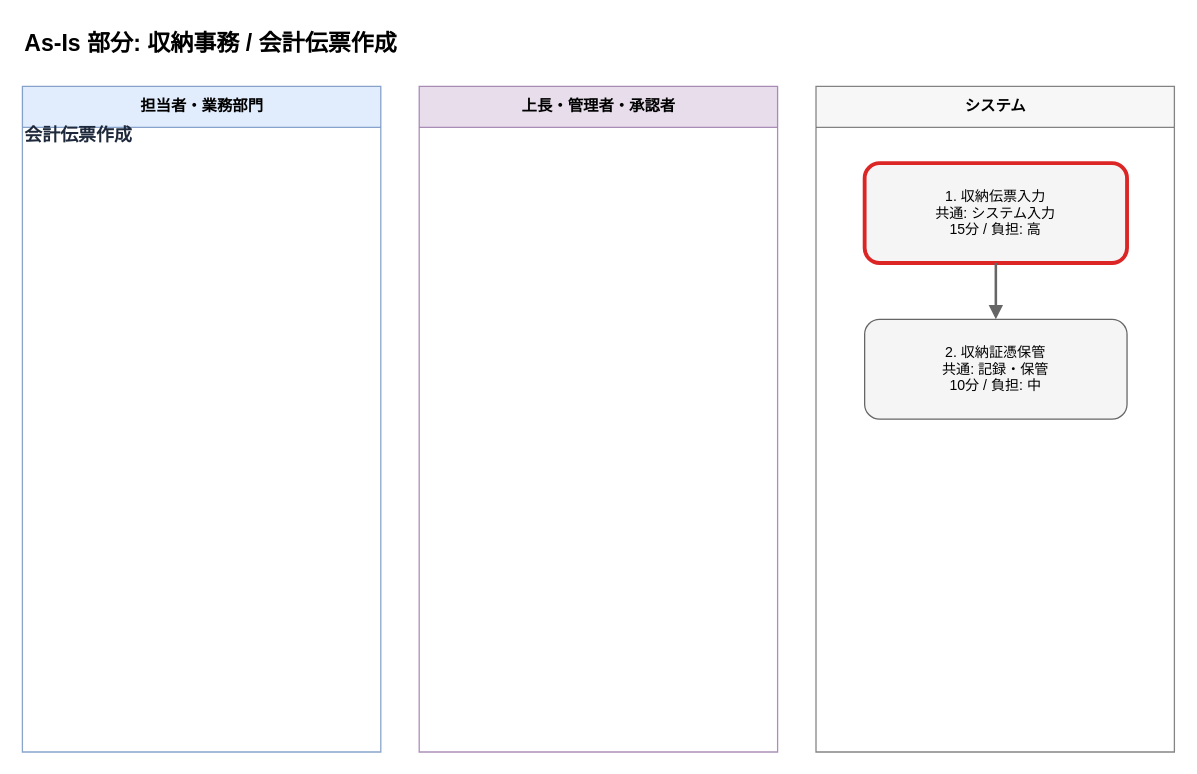
This is output/flows/asis_収納事務__会計伝票作成_20260608.drawio from Toshiki811/ai-business-analysis-heatmap, a draw.io file, before an edit. Source tidied: cells renumbered, new cells numbered last; positions are measured from the earlier drawing's top-left corner, leaving out a move shared by most shapes. Both pictures are drawn from the tidied source at 128%, with x=0, y=0 at pixel (22, 22).
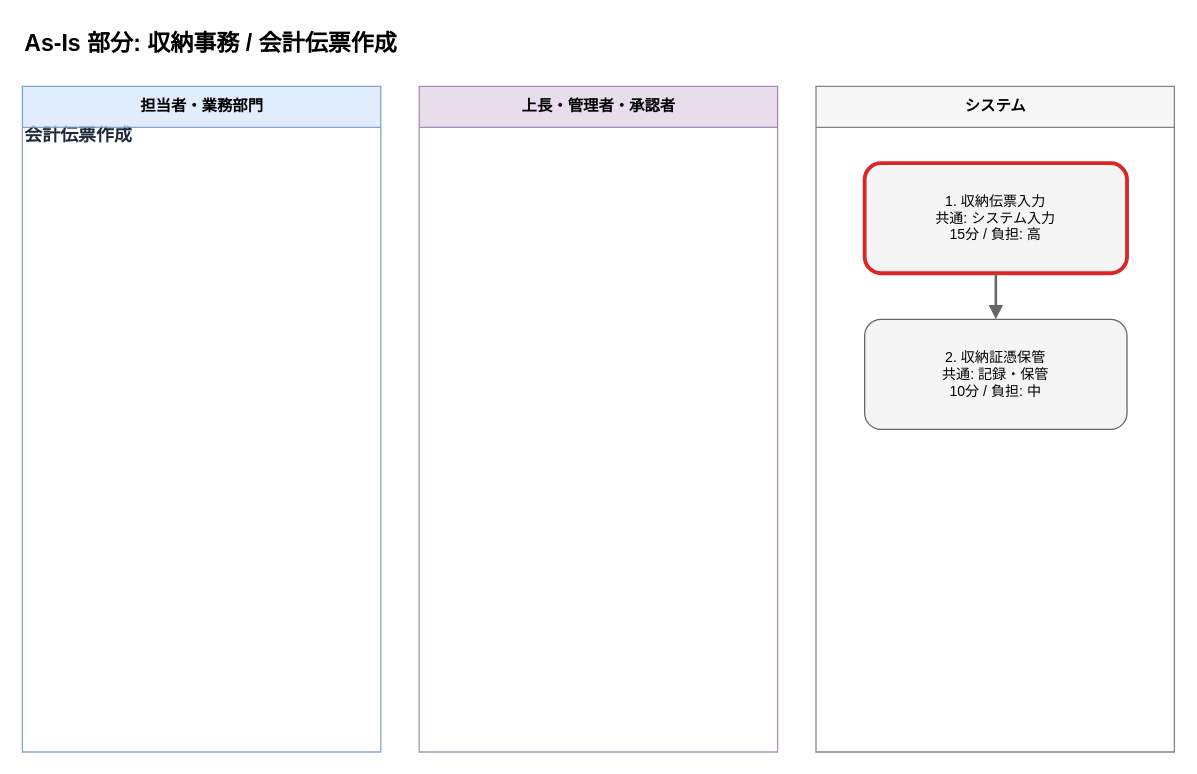
The same diagram, later.

Diff of the diagram source:
```diff
@@
 <mxGraphModel>
   <root>
     <mxCell id="0" />
     <mxCell id="1" parent="0" />
+    <mxCell id="6" value="会計伝票作成" style="text;html=1;strokeColor=none;fillColor=none;align=left;verticalAlign=middle;whiteSpace=wrap;fontSize=14;fontStyle=1;fontColor=#1e293b;" parent="1" vertex="1">
+      <mxGeometry y="76" width="860" height="24" as="geometry" />
+    </mxCell>
     <mxCell id="2" value="As-Is 部分: 収納事務 / 会計伝票作成" style="text;html=1;strokeColor=none;fillColor=none;align=left;fontSize=18;fontStyle=1;" parent="1" vertex="1">
       <mxGeometry width="880" height="30" as="geometry" />
     </mxCell>
     <mxCell id="3" value="担当者・業務部門" style="swimlane;horizontal=1;startSize=32;html=1;fillColor=#dae8fc;strokeColor=#6c8ebf;fontSize=12;fontStyle=1;opacity=80;" parent="1" vertex="1">
       <mxGeometry y="50" width="280" height="520" as="geometry" />
     </mxCell>
     <mxCell id="4" value="上長・管理者・承認者" style="swimlane;horizontal=1;startSize=32;html=1;fillColor=#e1d5e7;strokeColor=#9673a6;fontSize=12;fontStyle=1;opacity=80;" parent="1" vertex="1">
       <mxGeometry x="310" y="50" width="280" height="520" as="geometry" />
     </mxCell>
     <mxCell id="5" value="システム" style="swimlane;horizontal=1;startSize=32;html=1;fillColor=#f5f5f5;strokeColor=#666666;fontSize=12;fontStyle=1;opacity=80;" parent="1" vertex="1">
       <mxGeometry x="620" y="50" width="280" height="520" as="geometry" />
     </mxCell>
-    <mxCell id="6" value="会計伝票作成" style="text;html=1;strokeColor=none;fillColor=none;align=left;verticalAlign=middle;whiteSpace=wrap;fontSize=14;fontStyle=1;fontColor=#1e293b;" parent="1" vertex="1">
-      <mxGeometry y="76" width="860" height="24" as="geometry" />
-    </mxCell>
     <mxCell id="7" value="1. 収納伝票入力&#10;共通: システム入力&#10;15分 / 負担: 高" style="rounded=1;whiteSpace=wrap;html=1;fillColor=#f5f5f5;strokeColor=#dc2626;strokeWidth=3;fontSize=11;fontColor=#000000;" parent="1" vertex="1">
-      <mxGeometry x="658" y="110" width="205" height="78" as="geometry" />
+      <mxGeometry x="658" y="110" width="205" height="86" as="geometry" />
     </mxCell>
     <mxCell id="8" value="2. 収納証憑保管&#10;共通: 記録・保管&#10;10分 / 負担: 中" style="rounded=1;whiteSpace=wrap;html=1;fillColor=#f5f5f5;strokeColor=#666666;strokeWidth=1;fontSize=11;fontColor=#000000;" parent="1" vertex="1">
-      <mxGeometry x="658" y="232" width="205" height="78" as="geometry" />
+      <mxGeometry x="658" y="232" width="205" height="86" as="geometry" />
     </mxCell>
-    <mxCell id="9" style="edgeStyle=orthogonalEdgeStyle;rounded=0;html=1;strokeColor=#666666;strokeWidth=2;endArrow=block;endFill=1;" parent="1" edge="1" source="7" target="8">
+    <mxCell id="9" style="edgeStyle=orthogonalEdgeStyle;rounded=0;html=1;strokeColor=#666666;strokeWidth=2;endArrow=block;endFill=1;fontSize=11;fontColor=#1f2937;" parent="1" edge="1" source="7" target="8">
       <mxGeometry relative="1" as="geometry" />
     </mxCell>
   </root>
 </mxGraphModel>
```
